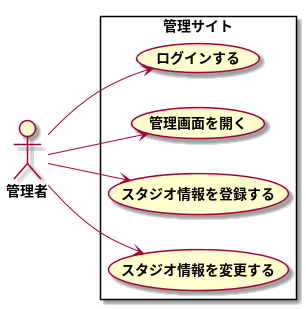
Above: modeling/05_Usecase_スタジオ管理/Usecase.png in TakashiOnawa/ddd-practice-studio-reservation (PlantUML), before the change.
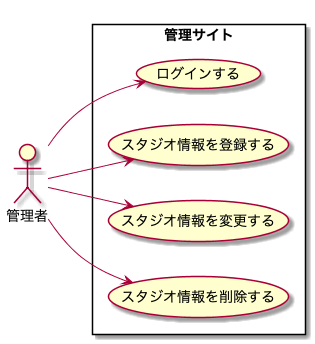
The same file after the commit.

Change to the diagram source:
```diff
@@ -6,9 +6,9 @@
 
 rectangle 管理サイト {
     管理者 --> (ログインする)
-    管理者 --> (管理画面を開く)
     管理者 --> (スタジオ情報を登録する)
     管理者 --> (スタジオ情報を変更する)
+    管理者 --> (スタジオ情報を削除する)
 }
 
 @enduml
```
